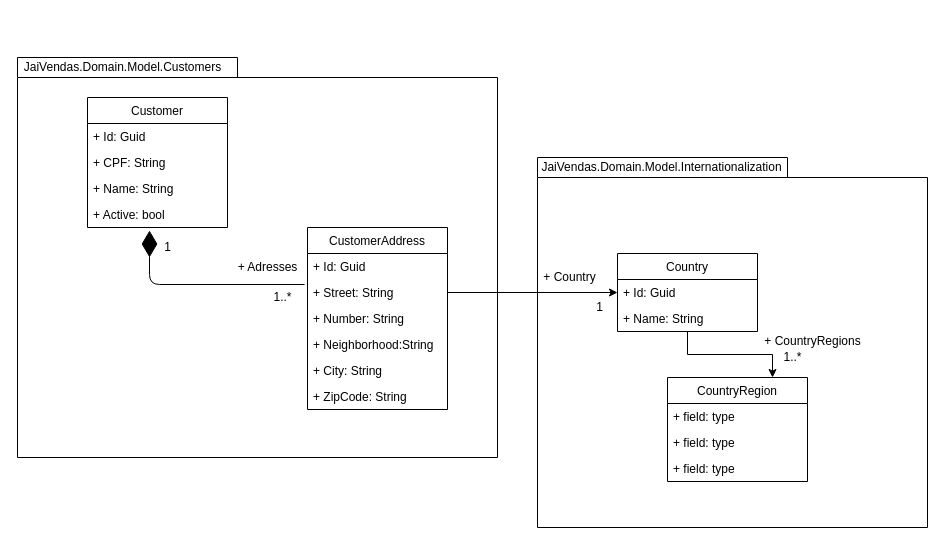
This is page "Class Diagram - Cliente" (9 of 9) of docs/Documentation.drawio from jairodemelo/APITest, a draw.io file, before an edit. Source tidied: cells renumbered, new cells numbered last; positions are measured from the earlier drawing's top-left corner, leaving out a move shared by most shapes. Both pictures are drawn from the tidied source at 100%, with x=0, y=0 at pixel (17, 57).
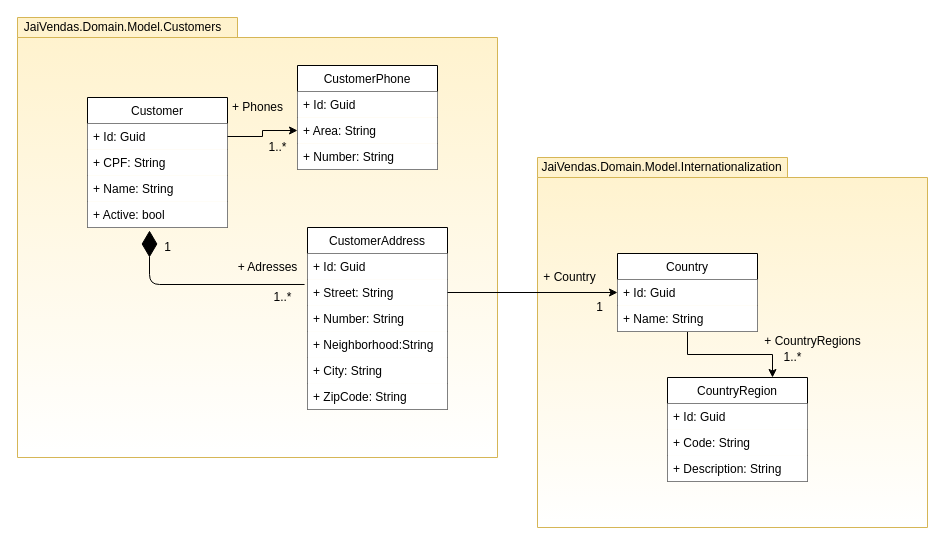
After the change.

Commit message:
Diagrama UML

What changed in the source:
```diff
@@
-    <mxCell id="2" style="shape=folder;fontStyle=1;spacingTop=10;tabWidth=250;tabHeight=20;tabPosition=left;html=1;" parent="1" vertex="1">
+    <mxCell id="2" style="shape=folder;fontStyle=1;spacingTop=10;tabWidth=250;tabHeight=20;tabPosition=left;html=1;fillColor=#fff2cc;strokeColor=#d6b656;gradientColor=#ffffff;" parent="1" vertex="1">
       <mxGeometry x="520" y="100" width="390" height="370" as="geometry" />
     </mxCell>
-    <mxCell id="3" style="shape=folder;fontStyle=1;spacingTop=10;tabWidth=220;tabHeight=20;tabPosition=left;html=1;" parent="1" vertex="1">
-      <mxGeometry width="480" height="400" as="geometry" />
+    <mxCell id="3" style="shape=folder;fontStyle=1;spacingTop=10;tabWidth=220;tabHeight=20;tabPosition=left;html=1;fillColor=#fff2cc;strokeColor=#d6b656;gradientColor=#ffffff;" parent="1" vertex="1">
+      <mxGeometry y="-40" width="480" height="440" as="geometry" />
     </mxCell>
-    <mxCell id="4" value="Customer" style="swimlane;fontStyle=0;horizontal=1;startSize=26;fillColor=none;" parent="1" vertex="1">
+    <mxCell id="4" value="Customer" style="swimlane;fontStyle=0;horizontal=1;startSize=26;" parent="1" vertex="1">
       <mxGeometry x="70" y="40" width="140" height="130" as="geometry" />
     </mxCell>
-    <mxCell id="5" value="+ Id: Guid" style="text;strokeColor=none;fillColor=none;align=left;verticalAlign=top;spacingLeft=4;spacingRight=4;overflow=hidden;points=[[0,0.5],[1,0.5]];portConstraint=eastwest;" parent="4" vertex="1">
+    <mxCell id="5" value="+ Id: Guid" style="text;align=left;verticalAlign=top;spacingLeft=4;spacingRight=4;overflow=hidden;points=[[0,0.5],[1,0.5]];portConstraint=eastwest;fillColor=#ffffff;" parent="4" vertex="1">
       <mxGeometry y="26" width="140" height="26" as="geometry" />
     </mxCell>
-    <mxCell id="6" value="+ CPF: String" style="text;strokeColor=none;fillColor=none;align=left;verticalAlign=top;spacingLeft=4;spacingRight=4;overflow=hidden;" parent="4" vertex="1">
+    <mxCell id="6" value="+ CPF: String" style="text;align=left;verticalAlign=top;spacingLeft=4;spacingRight=4;overflow=hidden;fillColor=#ffffff;" parent="4" vertex="1">
       <mxGeometry y="52" width="140" height="26" as="geometry" />
     </mxCell>
-    <mxCell id="7" value="+ Name: String" style="text;strokeColor=none;fillColor=none;align=left;verticalAlign=top;spacingLeft=4;spacingRight=4;overflow=hidden;" parent="4" vertex="1">
+    <mxCell id="7" value="+ Name: String" style="text;align=left;verticalAlign=top;spacingLeft=4;spacingRight=4;overflow=hidden;fillColor=#ffffff;" parent="4" vertex="1">
       <mxGeometry y="78" width="140" height="26" as="geometry" />
     </mxCell>
-    <mxCell id="8" value="+ Active: bool" style="text;strokeColor=none;fillColor=none;align=left;verticalAlign=top;spacingLeft=4;spacingRight=4;overflow=hidden;points=[[0,0.5],[1,0.5]];portConstraint=eastwest;" parent="4" vertex="1">
+    <mxCell id="8" value="+ Active: bool" style="text;align=left;verticalAlign=top;spacingLeft=4;spacingRight=4;overflow=hidden;points=[[0,0.5],[1,0.5]];portConstraint=eastwest;fillColor=#ffffff;" parent="4" vertex="1">
       <mxGeometry y="104" width="140" height="26" as="geometry" />
     </mxCell>
-    <mxCell id="9" value="CustomerAddress" style="swimlane;fontStyle=0;horizontal=1;startSize=26;fillColor=none;" parent="1" vertex="1">
+    <mxCell id="9" value="CustomerAddress" style="swimlane;fontStyle=0;horizontal=1;startSize=26;" parent="1" vertex="1">
       <mxGeometry x="290" y="170" width="140" height="182" as="geometry" />
     </mxCell>
-    <mxCell id="10" value="+ Id: Guid" style="text;strokeColor=none;fillColor=none;align=left;verticalAlign=top;spacingLeft=4;spacingRight=4;overflow=hidden;" parent="9" vertex="1">
+    <mxCell id="10" value="+ Id: Guid" style="text;strokeColor=none;align=left;verticalAlign=top;spacingLeft=4;spacingRight=4;overflow=hidden;fillColor=#ffffff;" parent="9" vertex="1">
       <mxGeometry y="26" width="140" height="26" as="geometry" />
     </mxCell>
-    <mxCell id="11" value="+ Street: String" style="text;strokeColor=none;fillColor=none;align=left;verticalAlign=top;spacingLeft=4;spacingRight=4;overflow=hidden;points=[[0,0.5],[1,0.5]];portConstraint=eastwest;" parent="9" vertex="1">
+    <mxCell id="11" value="+ Street: String" style="text;strokeColor=none;align=left;verticalAlign=top;spacingLeft=4;spacingRight=4;overflow=hidden;points=[[0,0.5],[1,0.5]];portConstraint=eastwest;fillColor=#ffffff;" parent="9" vertex="1">
       <mxGeometry y="52" width="140" height="26" as="geometry" />
     </mxCell>
-    <mxCell id="12" value="+ Number: String" style="text;strokeColor=none;fillColor=none;align=left;verticalAlign=top;spacingLeft=4;spacingRight=4;overflow=hidden;" parent="9" vertex="1">
+    <mxCell id="12" value="+ Number: String" style="text;strokeColor=none;align=left;verticalAlign=top;spacingLeft=4;spacingRight=4;overflow=hidden;fillColor=#ffffff;" parent="9" vertex="1">
       <mxGeometry y="78" width="140" height="26" as="geometry" />
     </mxCell>
-    <mxCell id="13" value="+ Neighborhood:String" style="text;strokeColor=none;fillColor=none;align=left;verticalAlign=top;spacingLeft=4;spacingRight=4;overflow=hidden;" parent="9" vertex="1">
+    <mxCell id="13" value="+ Neighborhood:String" style="text;strokeColor=none;align=left;verticalAlign=top;spacingLeft=4;spacingRight=4;overflow=hidden;fillColor=#ffffff;" parent="9" vertex="1">
       <mxGeometry y="104" width="140" height="26" as="geometry" />
     </mxCell>
-    <mxCell id="14" value="+ City: String" style="text;strokeColor=none;fillColor=none;align=left;verticalAlign=top;spacingLeft=4;spacingRight=4;overflow=hidden;" parent="9" vertex="1">
+    <mxCell id="14" value="+ City: String" style="text;strokeColor=none;align=left;verticalAlign=top;spacingLeft=4;spacingRight=4;overflow=hidden;fillColor=#ffffff;" parent="9" vertex="1">
       <mxGeometry y="130" width="140" height="26" as="geometry" />
     </mxCell>
-    <mxCell id="15" value="+ ZipCode: String" style="text;strokeColor=none;fillColor=none;align=left;verticalAlign=top;spacingLeft=4;spacingRight=4;overflow=hidden;" parent="9" vertex="1">
+    <mxCell id="15" value="+ ZipCode: String" style="text;strokeColor=none;align=left;verticalAlign=top;spacingLeft=4;spacingRight=4;overflow=hidden;fillColor=#ffffff;" parent="9" vertex="1">
       <mxGeometry y="156" width="140" height="26" as="geometry" />
     </mxCell>
@@
-    <mxCell id="21" value="Country" style="swimlane;fontStyle=0;horizontal=1;startSize=26;fillColor=none;" parent="1" vertex="1">
+    <mxCell id="21" value="Country" style="swimlane;fontStyle=0;horizontal=1;startSize=26;" parent="1" vertex="1">
       <mxGeometry x="600" y="196" width="140" height="78" as="geometry" />
     </mxCell>
-    <mxCell id="22" value="+ Id: Guid" style="text;strokeColor=none;fillColor=none;align=left;verticalAlign=top;spacingLeft=4;spacingRight=4;overflow=hidden;points=[[0,0.5],[1,0.5]];portConstraint=eastwest;" parent="21" vertex="1">
+    <mxCell id="22" value="+ Id: Guid" style="text;strokeColor=none;align=left;verticalAlign=top;spacingLeft=4;spacingRight=4;overflow=hidden;points=[[0,0.5],[1,0.5]];portConstraint=eastwest;fillColor=#ffffff;" parent="21" vertex="1">
       <mxGeometry y="26" width="140" height="26" as="geometry" />
     </mxCell>
-    <mxCell id="23" value="+ Name: String" style="text;strokeColor=none;fillColor=none;align=left;verticalAlign=top;spacingLeft=4;spacingRight=4;overflow=hidden;" parent="21" vertex="1">
+    <mxCell id="23" value="+ Name: String" style="text;strokeColor=none;align=left;verticalAlign=top;spacingLeft=4;spacingRight=4;overflow=hidden;fillColor=#ffffff;" parent="21" vertex="1">
       <mxGeometry y="52" width="140" height="26" as="geometry" />
     </mxCell>
@@
     <mxCell id="27" value="JaiVendas.Domain.Model.Customers" style="text;html=1;align=center;verticalAlign=middle;" parent="1" vertex="1">
-      <mxGeometry width="210" height="20" as="geometry" />
+      <mxGeometry y="-40" width="210" height="20" as="geometry" />
     </mxCell>
@@
-    <mxCell id="29" value="CountryRegion" style="swimlane;fontStyle=0;horizontal=1;startSize=26;fillColor=none;" parent="1" vertex="1">
+    <mxCell id="29" value="CountryRegion" style="swimlane;fontStyle=0;horizontal=1;startSize=26;" parent="1" vertex="1">
       <mxGeometry x="650" y="320" width="140" height="104" as="geometry" />
     </mxCell>
-    <mxCell id="30" value="+ field: type" style="text;strokeColor=none;fillColor=none;align=left;verticalAlign=top;spacingLeft=4;spacingRight=4;overflow=hidden;" parent="29" vertex="1">
+    <mxCell id="30" value="+ Id: Guid" style="text;strokeColor=none;align=left;verticalAlign=top;spacingLeft=4;spacingRight=4;overflow=hidden;fillColor=#ffffff;" parent="29" vertex="1">
       <mxGeometry y="26" width="140" height="26" as="geometry" />
     </mxCell>
-    <mxCell id="31" value="+ field: type" style="text;strokeColor=none;fillColor=none;align=left;verticalAlign=top;spacingLeft=4;spacingRight=4;overflow=hidden;" parent="29" vertex="1">
+    <mxCell id="31" value="+ Code: String" style="text;strokeColor=none;align=left;verticalAlign=top;spacingLeft=4;spacingRight=4;overflow=hidden;fillColor=#ffffff;" parent="29" vertex="1">
       <mxGeometry y="52" width="140" height="26" as="geometry" />
     </mxCell>
-    <mxCell id="32" value="+ field: type" style="text;strokeColor=none;fillColor=none;align=left;verticalAlign=top;spacingLeft=4;spacingRight=4;overflow=hidden;" parent="29" vertex="1">
+    <mxCell id="32" value="+ Description: String" style="text;strokeColor=none;align=left;verticalAlign=top;spacingLeft=4;spacingRight=4;overflow=hidden;fillColor=#ffffff;" parent="29" vertex="1">
       <mxGeometry y="78" width="140" height="26" as="geometry" />
     </mxCell>
@@
+    <mxCell id="35" value="CustomerPhone" style="swimlane;fontStyle=0;horizontal=1;startSize=26;" parent="1" vertex="1">
+      <mxGeometry x="280" y="8" width="140" height="104" as="geometry" />
+    </mxCell>
+    <mxCell id="36" value="+ Id: Guid" style="text;strokeColor=none;align=left;verticalAlign=top;spacingLeft=4;spacingRight=4;overflow=hidden;fillColor=#ffffff;" parent="35" vertex="1">
+      <mxGeometry y="26" width="140" height="26" as="geometry" />
+    </mxCell>
+    <mxCell id="37" value="+ Area: String" style="text;strokeColor=none;align=left;verticalAlign=top;spacingLeft=4;spacingRight=4;overflow=hidden;points=[[0,0.5],[1,0.5]];portConstraint=eastwest;fillColor=#ffffff;" parent="35" vertex="1">
+      <mxGeometry y="52" width="140" height="26" as="geometry" />
+    </mxCell>
+    <mxCell id="38" value="+ Number: String" style="text;strokeColor=none;align=left;verticalAlign=top;spacingLeft=4;spacingRight=4;overflow=hidden;fillColor=#ffffff;" parent="35" vertex="1">
+      <mxGeometry y="78" width="140" height="26" as="geometry" />
+    </mxCell>
+    <mxCell id="39" style="edgeStyle=orthogonalEdgeStyle;rounded=0;jettySize=auto;html=1;" parent="1" edge="1" source="5" target="37">
+      <mxGeometry relative="1" as="geometry" />
+    </mxCell>
+    <mxCell id="40" value="+ Phones" style="text;html=1;align=center;verticalAlign=middle;" parent="1" vertex="1">
+      <mxGeometry x="205" y="40" width="70" height="20" as="geometry" />
+    </mxCell>
+    <mxCell id="41" value="1..*" style="text;html=1;align=center;verticalAlign=middle;" parent="1" vertex="1">
+      <mxGeometry x="245" y="80" width="30" height="20" as="geometry" />
+    </mxCell>
```
